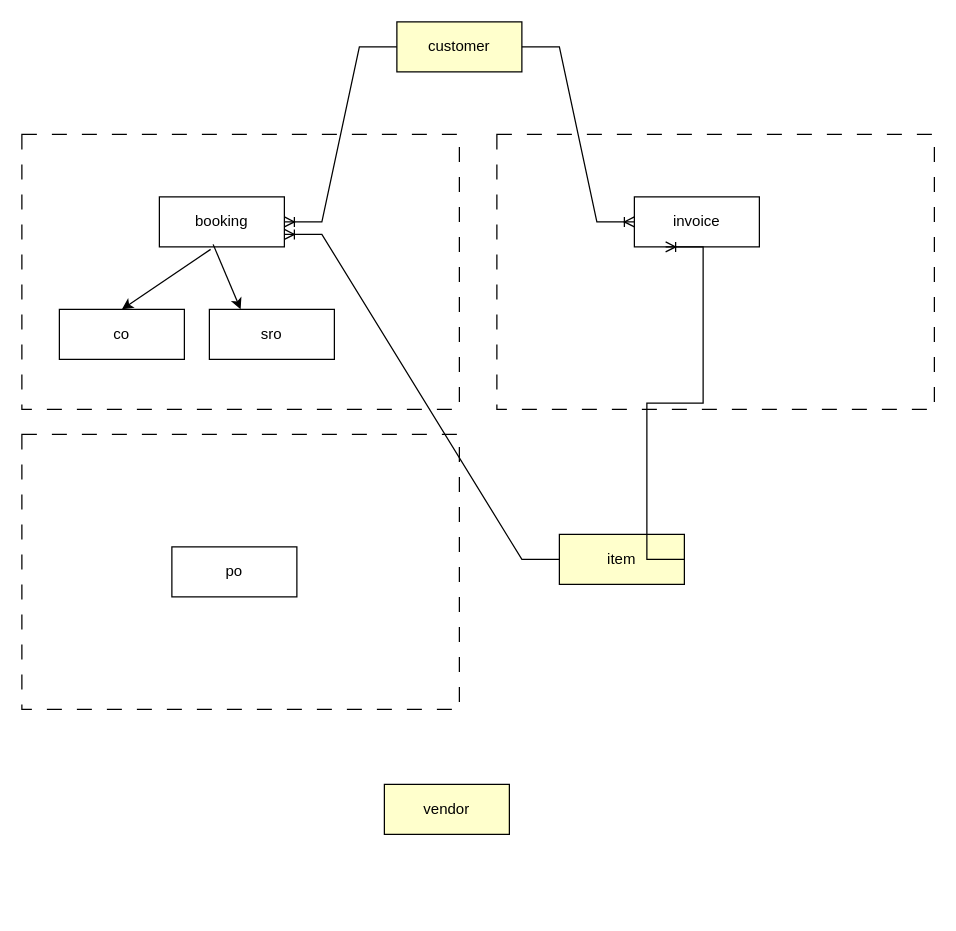
mewancegeka/OTT keeps this draw.io diagram as page "Page-1" (1 of 2) of Untitled Diagram.drawio. Above is the earlier version. Source tidied: cells renumbered, new cells numbered last; positions are measured from the earlier drawing's top-left corner, leaving out a move shared by most shapes. Both pictures are drawn from the tidied source at 125%, with x=0, y=0 at pixel (21, 21).
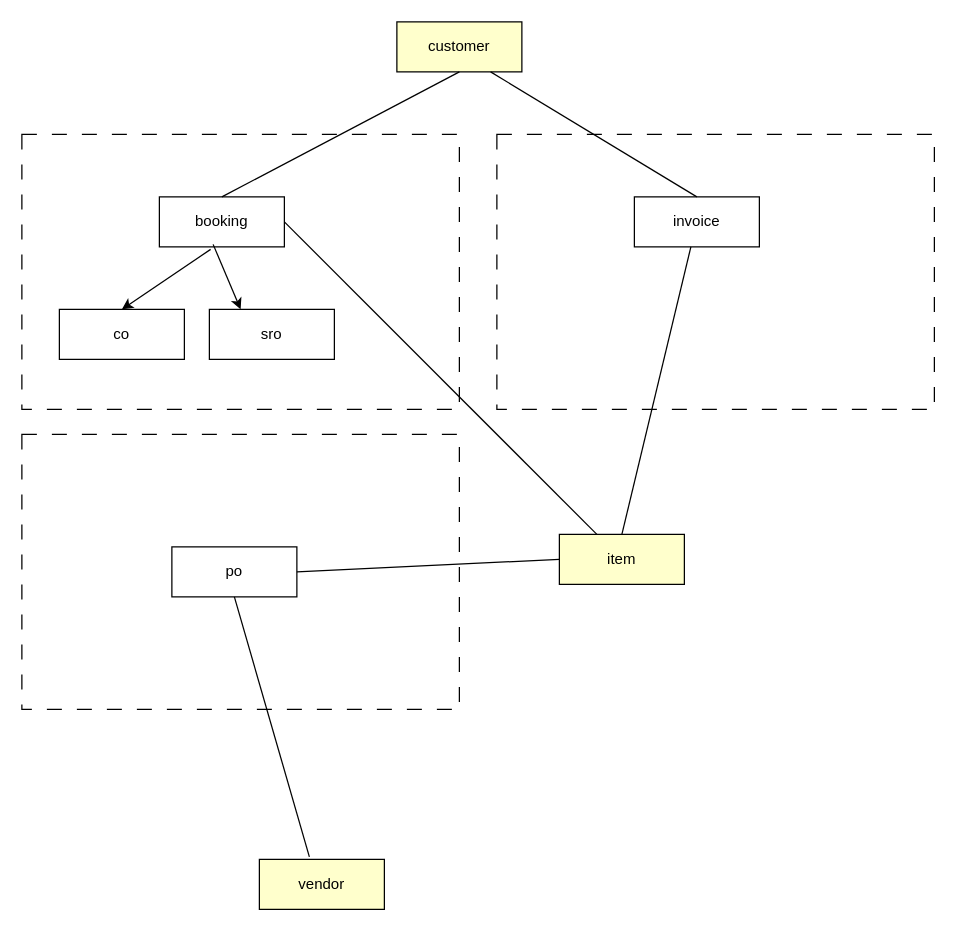
After the change.

Commit message:
OTT Data Model.drawio

Unchanged cells that the change refers to:
```xml
<mxCell id="5" value="booking" style="whiteSpace=wrap;html=1;align=center;" parent="1" vertex="1">
  <mxGeometry x="110" y="140" width="100" height="40" as="geometry" />
</mxCell>
<mxCell id="6" value="invoice" style="whiteSpace=wrap;html=1;align=center;" parent="1" vertex="1">
  <mxGeometry x="490" y="140" width="100" height="40" as="geometry" />
</mxCell>
<mxCell id="7" value="po" style="whiteSpace=wrap;html=1;align=center;" parent="1" vertex="1">
  <mxGeometry x="120" y="420" width="100" height="40" as="geometry" />
</mxCell>
<mxCell id="11" value="customer" style="whiteSpace=wrap;html=1;align=center;fillColor=#FFFFCC;" parent="1" vertex="1">
  <mxGeometry x="300" width="100" height="40" as="geometry" />
</mxCell>
<mxCell id="12" value="item" style="whiteSpace=wrap;html=1;align=center;fillColor=#FFFFCC;" parent="1" vertex="1">
  <mxGeometry x="430" y="410" width="100" height="40" as="geometry" />
</mxCell>
```

What changed in the source:
```diff
@@
     <mxCell id="10" value="vendor" style="whiteSpace=wrap;html=1;align=center;fillColor=#FFFFCC;" parent="1" vertex="1">
-      <mxGeometry x="290" y="610" width="100" height="40" as="geometry" />
+      <mxGeometry x="190" y="670" width="100" height="40" as="geometry" />
     </mxCell>
@@
-    <mxCell id="15" style="edgeStyle=entityRelationEdgeStyle;fontSize=12;html=1;endArrow=ERoneToMany;rounded=0;exitX=0;exitY=0.5;exitDx=0;exitDy=0;entryX=1;entryY=0.5;entryDx=0;entryDy=0;" parent="1" edge="1" source="11" target="5">
-      <mxGeometry relative="1" as="geometry">
-        <Array as="points">
-          <mxPoint x="140" y="70" />
-          <mxPoint x="90" y="20" />
-          <mxPoint x="210" y="50" />
-        </Array>
-      </mxGeometry>
-    </mxCell>
-    <mxCell id="16" style="edgeStyle=entityRelationEdgeStyle;fontSize=12;html=1;endArrow=ERoneToMany;rounded=0;entryX=0;entryY=0.5;entryDx=0;entryDy=0;" parent="1" edge="1" source="11" target="6">
-      <mxGeometry relative="1" as="geometry" />
-    </mxCell>
-    <mxCell id="17" style="edgeStyle=entityRelationEdgeStyle;fontSize=12;html=1;endArrow=ERoneToMany;rounded=0;exitX=0;exitY=0.5;exitDx=0;exitDy=0;entryX=1;entryY=0.75;entryDx=0;entryDy=0;" parent="1" edge="1" source="12" target="5">
-      <mxGeometry relative="1" as="geometry" />
-    </mxCell>
-    <mxCell id="18" style="edgeStyle=entityRelationEdgeStyle;fontSize=12;html=1;endArrow=ERoneToMany;rounded=0;exitX=1;exitY=0.5;exitDx=0;exitDy=0;entryX=0.25;entryY=1;entryDx=0;entryDy=0;" parent="1" edge="1" source="12" target="6">
+    <mxCell id="18" style="endArrow=none;html=1;rounded=0;exitX=0.5;exitY=0;exitDx=0;exitDy=0;" parent="1" edge="1" source="12" target="6">
       <mxGeometry relative="1" as="geometry" />
     </mxCell>
+    <mxCell id="19" style="endArrow=none;html=1;rounded=0;exitX=1;exitY=0.5;exitDx=0;exitDy=0;" parent="1" edge="1" source="5" target="12">
+      <mxGeometry relative="1" as="geometry" />
+    </mxCell>
+    <mxCell id="20" style="endArrow=none;html=1;rounded=0;entryX=0;entryY=0.5;entryDx=0;entryDy=0;exitX=1;exitY=0.5;exitDx=0;exitDy=0;" parent="1" edge="1" source="7" target="12">
+      <mxGeometry relative="1" as="geometry" />
+    </mxCell>
+    <mxCell id="21" style="endArrow=none;html=1;rounded=0;entryX=0.4;entryY=-0.05;entryDx=0;entryDy=0;entryPerimeter=0;exitX=0.5;exitY=1;exitDx=0;exitDy=0;" parent="1" edge="1" source="7" target="10">
+      <mxGeometry relative="1" as="geometry" />
+    </mxCell>
+    <mxCell id="22" style="endArrow=none;html=1;rounded=0;entryX=0.5;entryY=1;entryDx=0;entryDy=0;exitX=0.5;exitY=0;exitDx=0;exitDy=0;" parent="1" edge="1" source="5" target="11">
+      <mxGeometry relative="1" as="geometry" />
+    </mxCell>
+    <mxCell id="23" style="endArrow=none;html=1;rounded=0;entryX=0.75;entryY=1;entryDx=0;entryDy=0;exitX=0.5;exitY=0;exitDx=0;exitDy=0;" parent="1" edge="1" source="6" target="11">
+      <mxGeometry relative="1" as="geometry" />
+    </mxCell>
```
